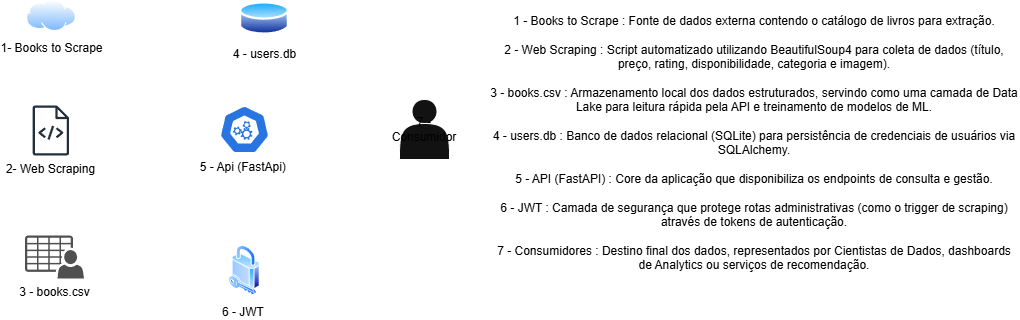
Above: fluxo_local_sem_fundo.png in MarceloHls/fiap-tech-challenge-fase1 (draw.io), before the change. Source tidied: cells renumbered, new cells last; positions are measured from the earlier drawing's top-left corner, leaving out a move shared by most shapes.
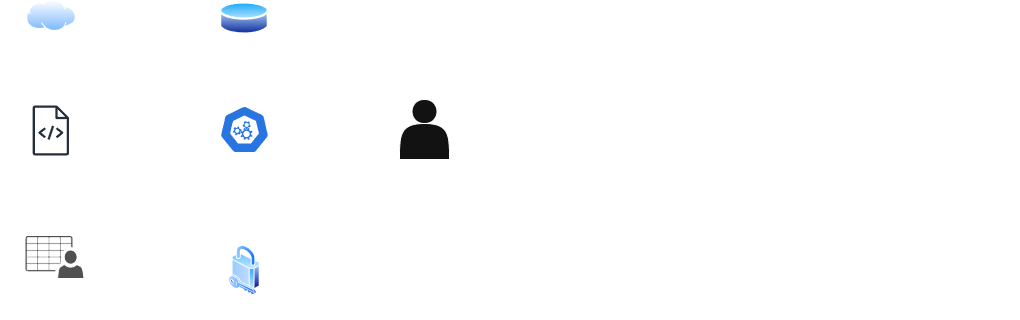
The same file after the commit.

The edit, as a diff of the source:
```diff
@@ -2,13 +2,13 @@
   <root>
     <mxCell id="0" />
     <mxCell id="1" parent="0" />
-    <mxCell id="2" style="edgeStyle=orthogonalEdgeStyle;rounded=0;jettySize=auto;html=1;exitX=0.5;exitY=1;exitDx=0;exitDy=0;exitPerimeter=0;entryX=0.5;entryY=0;entryDx=0;entryDy=0;fontColor=#000000;labelBackgroundColor=none;" parent="1" edge="1" source="5" target="12">
+    <mxCell id="2" style="edgeStyle=orthogonalEdgeStyle;rounded=0;jettySize=auto;html=1;exitX=0.5;exitY=1;exitDx=0;exitDy=0;exitPerimeter=0;entryX=0.5;entryY=0;entryDx=0;entryDy=0;fontColor=#FFFFFF;labelBackgroundColor=none;labelPosition=center;verticalLabelPosition=bottom;align=center;verticalAlign=top;labelBorderColor=none;strokeColor=#FFFFFF;" parent="1" edge="1" source="5" target="12">
       <mxGeometry relative="1" as="geometry" />
     </mxCell>
-    <mxCell id="3" style="edgeStyle=orthogonalEdgeStyle;rounded=0;jettySize=auto;html=1;exitX=0.5;exitY=0;exitDx=0;exitDy=0;exitPerimeter=0;entryX=0.5;entryY=1;entryDx=0;entryDy=0;fontColor=#000000;labelBackgroundColor=none;" parent="1" edge="1" source="5" target="6">
+    <mxCell id="3" style="edgeStyle=orthogonalEdgeStyle;rounded=0;jettySize=auto;html=1;exitX=0.5;exitY=0;exitDx=0;exitDy=0;exitPerimeter=0;entryX=0.5;entryY=1;entryDx=0;entryDy=0;fontColor=#FFFFFF;labelBackgroundColor=none;labelPosition=center;verticalLabelPosition=bottom;align=center;verticalAlign=top;labelBorderColor=none;strokeColor=#FFFFFF;" parent="1" edge="1" source="5" target="6">
       <mxGeometry relative="1" as="geometry" />
     </mxCell>
-    <mxCell id="4" style="edgeStyle=orthogonalEdgeStyle;rounded=0;jettySize=auto;html=1;exitX=0.005;exitY=0.63;exitDx=0;exitDy=0;exitPerimeter=0;fontColor=#000000;labelBackgroundColor=none;" parent="1" edge="1" source="5" target="10">
+    <mxCell id="4" style="edgeStyle=orthogonalEdgeStyle;rounded=0;jettySize=auto;html=1;exitX=0.005;exitY=0.63;exitDx=0;exitDy=0;exitPerimeter=0;fontColor=#FFFFFF;labelBackgroundColor=none;labelPosition=center;verticalLabelPosition=bottom;align=center;verticalAlign=top;labelBorderColor=none;strokeColor=#FFFFFF;" parent="1" edge="1" source="5" target="10">
       <mxGeometry relative="1" as="geometry">
         <Array as="points">
           <mxPoint x="104" y="136" />
@@ -16,40 +16,40 @@
         </Array>
       </mxGeometry>
     </mxCell>
-    <mxCell id="5" value="5 - Api (FastApi)&amp;nbsp;" style="sketch=0;html=1;dashed=0;whitespace=wrap;verticalLabelPosition=bottom;verticalAlign=top;fillColor=#2875E2;strokeColor=#ffffff;points=[[0.005,0.63,0],[0.1,0.2,0],[0.9,0.2,0],[0.5,0,0],[0.995,0.63,0],[0.72,0.99,0],[0.5,1,0],[0.28,0.99,0]];shape=mxgraph.kubernetes.icon2;prIcon=api;fontColor=#000000;labelBackgroundColor=none;" parent="1" vertex="1">
+    <mxCell id="5" value="5 - Api (FastApi)&amp;nbsp;" style="sketch=0;html=1;dashed=0;whitespace=wrap;verticalLabelPosition=bottom;verticalAlign=top;fillColor=#2875E2;strokeColor=#FFFFFF;points=[[0.005,0.63,0],[0.1,0.2,0],[0.9,0.2,0],[0.5,0,0],[0.995,0.63,0],[0.72,0.99,0],[0.5,1,0],[0.28,0.99,0]];shape=mxgraph.kubernetes.icon2;prIcon=api;fontColor=#FFFFFF;labelBackgroundColor=none;labelPosition=center;align=center;labelBorderColor=none;" parent="1" vertex="1">
       <mxGeometry x="194" y="106" width="50" height="48" as="geometry" />
     </mxCell>
-    <mxCell id="6" value="4 - users.db" style="image;perimeter=ellipsePerimeter;html=1;align=center;shadow=0;dashed=0;spacingTop=3;image=img/lib/active_directory/database.svg;fontColor=#000000;labelBackgroundColor=none;" parent="1" vertex="1">
-      <mxGeometry x="214" y="0.5" width="50" height="37" as="geometry" />
+    <mxCell id="6" value="4 - users.db" style="image;perimeter=ellipsePerimeter;html=1;align=center;shadow=0;dashed=0;spacingTop=3;image=img/lib/active_directory/database.svg;fontColor=#FFFFFF;labelBackgroundColor=none;labelPosition=center;verticalLabelPosition=bottom;verticalAlign=top;labelBorderColor=none;strokeColor=#FFFFFF;" parent="1" vertex="1">
+      <mxGeometry x="194" y="0.5" width="50" height="37" as="geometry" />
     </mxCell>
-    <mxCell id="7" style="edgeStyle=orthogonalEdgeStyle;rounded=0;jettySize=auto;html=1;fontColor=#000000;labelBackgroundColor=none;" parent="1" edge="1" source="9" target="10">
+    <mxCell id="7" style="edgeStyle=orthogonalEdgeStyle;rounded=0;jettySize=auto;html=1;fontColor=#FFFFFF;labelBackgroundColor=none;labelPosition=center;verticalLabelPosition=bottom;align=center;verticalAlign=top;labelBorderColor=none;strokeColor=#FFFFFF;" parent="1" edge="1" source="9" target="10">
       <mxGeometry relative="1" as="geometry" />
     </mxCell>
-    <mxCell id="8" style="edgeStyle=orthogonalEdgeStyle;rounded=0;jettySize=auto;html=1;labelBackgroundColor=none;fontColor=#000000;" parent="1" edge="1" source="9" target="10">
+    <mxCell id="8" style="edgeStyle=orthogonalEdgeStyle;rounded=0;jettySize=auto;html=1;labelBackgroundColor=none;fontColor=#FFFFFF;labelPosition=center;verticalLabelPosition=bottom;align=center;verticalAlign=top;labelBorderColor=none;strokeColor=#FFFFFF;" parent="1" edge="1" source="9" target="10">
       <mxGeometry relative="1" as="geometry" />
     </mxCell>
-    <mxCell id="9" value="2- Web Scraping" style="sketch=0;outlineConnect=0;fontColor=#000000;gradientColor=none;fillColor=#232F3D;strokeColor=none;dashed=0;verticalLabelPosition=bottom;verticalAlign=top;align=center;html=1;fontSize=12;fontStyle=0;shape=mxgraph.aws4.source_code;labelBackgroundColor=none;" parent="1" vertex="1">
+    <mxCell id="9" value="2- Web Scraping" style="sketch=0;outlineConnect=0;fontColor=#FFFFFF;gradientColor=none;fillColor=#232F3D;strokeColor=#FFFFFF;dashed=0;verticalLabelPosition=bottom;verticalAlign=top;align=center;html=1;fontSize=12;fontStyle=0;shape=mxgraph.aws4.source_code;labelBackgroundColor=none;labelPosition=center;labelBorderColor=none;" parent="1" vertex="1">
       <mxGeometry x="7.1" y="106" width="36.5" height="50" as="geometry" />
     </mxCell>
-    <mxCell id="10" value="3 - books.csv" style="sketch=0;shadow=0;dashed=0;html=1;strokeColor=none;fillColor=#505050;labelPosition=center;verticalLabelPosition=bottom;verticalAlign=top;outlineConnect=0;align=center;shape=mxgraph.office.users.csv_file;fontColor=#000000;labelBackgroundColor=none;" parent="1" vertex="1">
+    <mxCell id="10" value="3 - books.csv" style="sketch=0;shadow=0;dashed=0;html=1;strokeColor=#FFFFFF;fillColor=#505050;labelPosition=center;verticalLabelPosition=bottom;verticalAlign=top;outlineConnect=0;align=center;shape=mxgraph.office.users.csv_file;fontColor=#FFFFFF;labelBackgroundColor=none;labelBorderColor=none;" parent="1" vertex="1">
       <mxGeometry x="-0.5" y="236" width="59" height="43" as="geometry" />
     </mxCell>
-    <mxCell id="11" style="edgeStyle=orthogonalEdgeStyle;rounded=0;jettySize=auto;html=1;exitX=1;exitY=0.5;exitDx=0;exitDy=0;fontColor=#000000;labelBackgroundColor=none;" parent="1" edge="1" source="12" target="13">
+    <mxCell id="11" style="edgeStyle=orthogonalEdgeStyle;rounded=0;jettySize=auto;html=1;exitX=1;exitY=0.5;exitDx=0;exitDy=0;fontColor=#FFFFFF;labelBackgroundColor=none;labelPosition=center;verticalLabelPosition=bottom;align=center;verticalAlign=top;labelBorderColor=none;strokeColor=#FFFFFF;" parent="1" edge="1" source="12" target="13">
       <mxGeometry relative="1" as="geometry" />
     </mxCell>
-    <mxCell id="12" value="6 - JWT&amp;nbsp;" style="image;perimeter=ellipsePerimeter;html=1;align=center;shadow=0;dashed=0;spacingTop=3;image=img/lib/active_directory/security.svg;fontColor=#000000;labelBackgroundColor=none;" parent="1" vertex="1">
+    <mxCell id="12" value="6 - JWT&amp;nbsp;" style="image;perimeter=ellipsePerimeter;html=1;align=center;shadow=0;dashed=0;spacingTop=3;image=img/lib/active_directory/security.svg;fontColor=#FFFFFF;labelBackgroundColor=none;labelPosition=center;verticalLabelPosition=bottom;verticalAlign=top;labelBorderColor=none;strokeColor=#FFFFFF;" parent="1" vertex="1">
       <mxGeometry x="203.2" y="246" width="31.5" height="50" as="geometry" />
     </mxCell>
-    <mxCell id="13" value="7 -Consumidor" style="shape=actor;whiteSpace=wrap;html=1;fontColor=#000000;labelBackgroundColor=none;" parent="1" vertex="1">
+    <mxCell id="13" value="7 -Consumidor" style="shape=actor;html=1;fontColor=#FFFFFF;labelBackgroundColor=none;labelPosition=center;verticalLabelPosition=bottom;align=center;verticalAlign=top;labelBorderColor=none;strokeColor=#FFFFFF;" parent="1" vertex="1">
       <mxGeometry x="374" y="100" width="50" height="60" as="geometry" />
     </mxCell>
-    <mxCell id="14" style="edgeStyle=orthogonalEdgeStyle;rounded=0;jettySize=auto;html=1;fontColor=#000000;labelBackgroundColor=none;" parent="1" edge="1" source="15" target="9">
+    <mxCell id="14" style="edgeStyle=orthogonalEdgeStyle;rounded=0;jettySize=auto;html=1;fontColor=#FFFFFF;labelBackgroundColor=none;labelPosition=center;verticalLabelPosition=bottom;align=center;verticalAlign=top;labelBorderColor=none;strokeColor=#FFFFFF;" parent="1" edge="1" source="15" target="9">
       <mxGeometry relative="1" as="geometry" />
     </mxCell>
-    <mxCell id="15" value="1- Books to Scrape" style="image;perimeter=ellipsePerimeter;html=1;align=center;shadow=0;dashed=0;spacingTop=3;image=img/lib/active_directory/internet_cloud.svg;fontColor=#000000;labelBackgroundColor=none;" parent="1" vertex="1">
+    <mxCell id="15" value="1- Books to Scrape" style="image;perimeter=ellipsePerimeter;html=1;align=center;shadow=0;dashed=0;spacingTop=3;image=img/lib/active_directory/internet_cloud.svg;fontColor=#FFFFFF;labelBackgroundColor=none;labelPosition=center;verticalLabelPosition=bottom;verticalAlign=top;labelBorderColor=none;strokeColor=#FFFFFF;" parent="1" vertex="1">
       <mxGeometry x="0.9" y="0.5" width="50" height="31.5" as="geometry" />
     </mxCell>
-    <mxCell id="16" value="&lt;div&gt;1 - Books to Scrape : Fonte de dados externa contendo o catálogo de livros para extração.&lt;/div&gt;&lt;div&gt;&lt;br&gt;&lt;/div&gt;&lt;div&gt;2 - Web Scraping : Script automatizado utilizando BeautifulSoup4 para coleta de dados (título, preço, rating, disponibilidade, categoria e imagem).&lt;/div&gt;&lt;div&gt;&lt;br&gt;&lt;/div&gt;&lt;div&gt;3 - books.csv : Armazenamento local dos dados estruturados, servindo como uma camada de Data Lake para leitura rápida pela API e treinamento de modelos de ML.&lt;/div&gt;&lt;div&gt;&lt;br&gt;&lt;/div&gt;&lt;div&gt;4 - users.db : Banco de dados relacional (SQLite) para persistência de credenciais de usuários via SQLAlchemy.&lt;/div&gt;&lt;div&gt;&lt;br&gt;&lt;/div&gt;&lt;div&gt;5 - API (FastAPI) : Core da aplicação que disponibiliza os endpoints de consulta e gestão.&lt;/div&gt;&lt;div&gt;&lt;br&gt;&lt;/div&gt;&lt;div&gt;6 - JWT : Camada de segurança que protege rotas administrativas (como o trigger de scraping) através de tokens de autenticação.&lt;/div&gt;&lt;div&gt;&lt;br&gt;&lt;/div&gt;&lt;div&gt;7 - Consumidores : Destino final dos dados, representados por Cientistas de Dados, dashboards de Analytics ou serviços de recomendação.&lt;/div&gt;&lt;div&gt;&lt;br&gt;&lt;/div&gt;" style="text;html=1;whiteSpace=wrap;strokeColor=none;fillColor=none;align=center;verticalAlign=middle;rounded=0;labelBackgroundColor=none;fontColor=#000000;" parent="1" vertex="1">
+    <mxCell id="16" value="&lt;div&gt;1 - Books to Scrape : Fonte de dados externa contendo o catálogo de livros para extração.&lt;/div&gt;&lt;div&gt;&lt;br&gt;&lt;/div&gt;&lt;div&gt;2 - Web Scraping : Script automatizado utilizando BeautifulSoup4 para coleta de dados (título, preço, rating, disponibilidade, categoria e imagem).&lt;/div&gt;&lt;div&gt;&lt;br&gt;&lt;/div&gt;&lt;div&gt;3 - books.csv : Armazenamento local dos dados estruturados, servindo como uma camada de Data Lake para leitura rápida pela API e treinamento de modelos de ML.&lt;/div&gt;&lt;div&gt;&lt;br&gt;&lt;/div&gt;&lt;div&gt;4 - users.db : Banco de dados relacional (SQLite) para persistência de credenciais de usuários via SQLAlchemy.&lt;/div&gt;&lt;div&gt;&lt;br&gt;&lt;/div&gt;&lt;div&gt;5 - API (FastAPI) : Core da aplicação que disponibiliza os endpoints de consulta e gestão.&lt;/div&gt;&lt;div&gt;&lt;br&gt;&lt;/div&gt;&lt;div&gt;6 - JWT : Camada de segurança que protege rotas administrativas (como o trigger de scraping) através de tokens de autenticação.&lt;/div&gt;&lt;div&gt;&lt;br&gt;&lt;/div&gt;&lt;div&gt;7 - Consumidores : Destino final dos dados, representados por Cientistas de Dados, dashboards de Analytics ou serviços de recomendação.&lt;/div&gt;&lt;div&gt;&lt;br&gt;&lt;/div&gt;" style="text;html=1;whiteSpace=wrap;strokeColor=none;fillColor=none;align=center;verticalAlign=middle;rounded=0;labelBackgroundColor=none;fontColor=#FFFFFF;" parent="1" vertex="1">
       <mxGeometry x="464" y="6" width="530" height="290" as="geometry" />
     </mxCell>
   </root>
```
